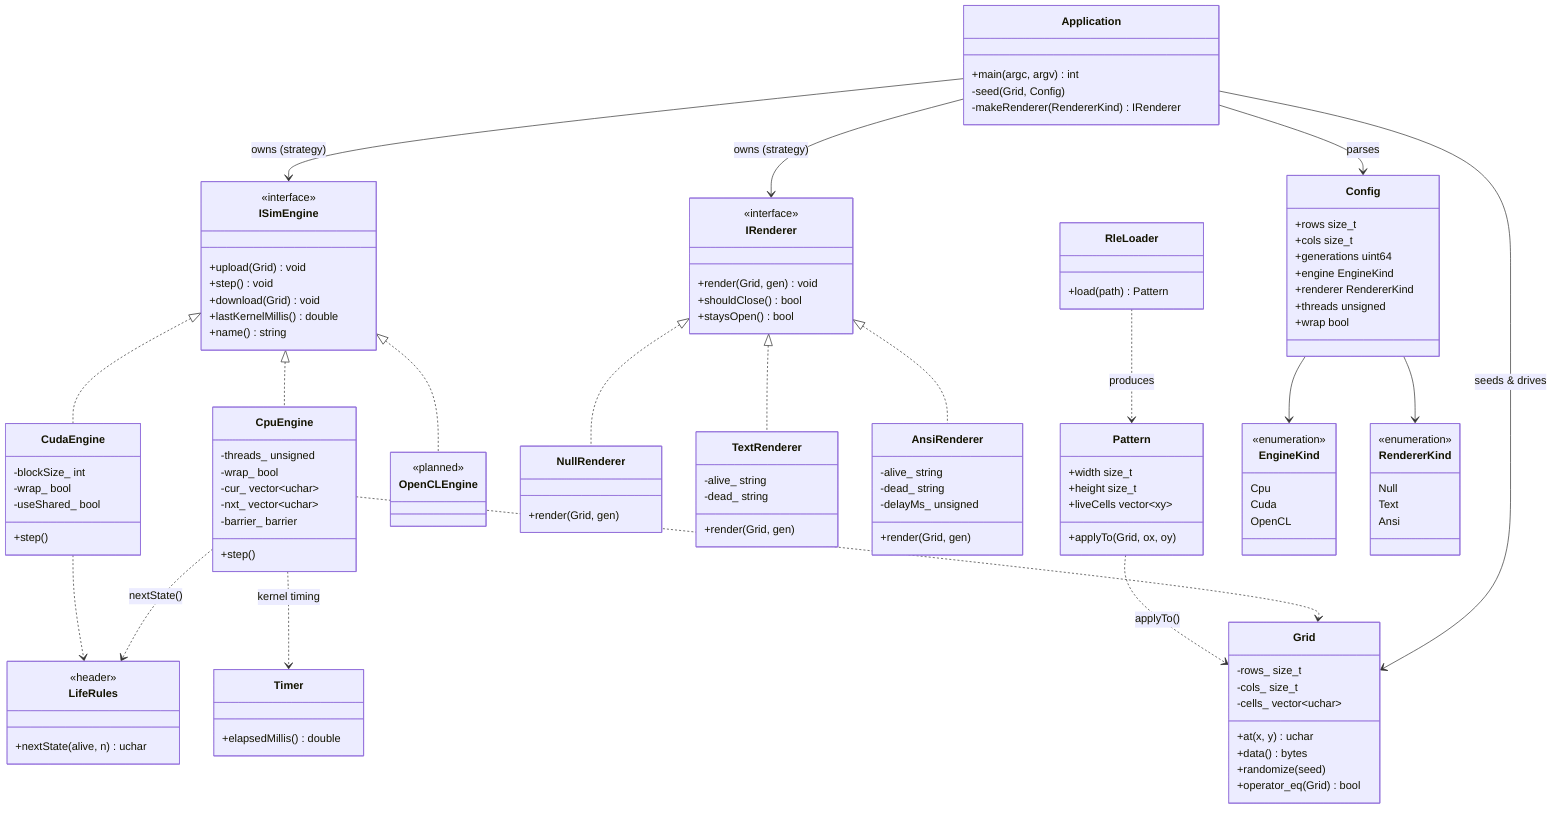
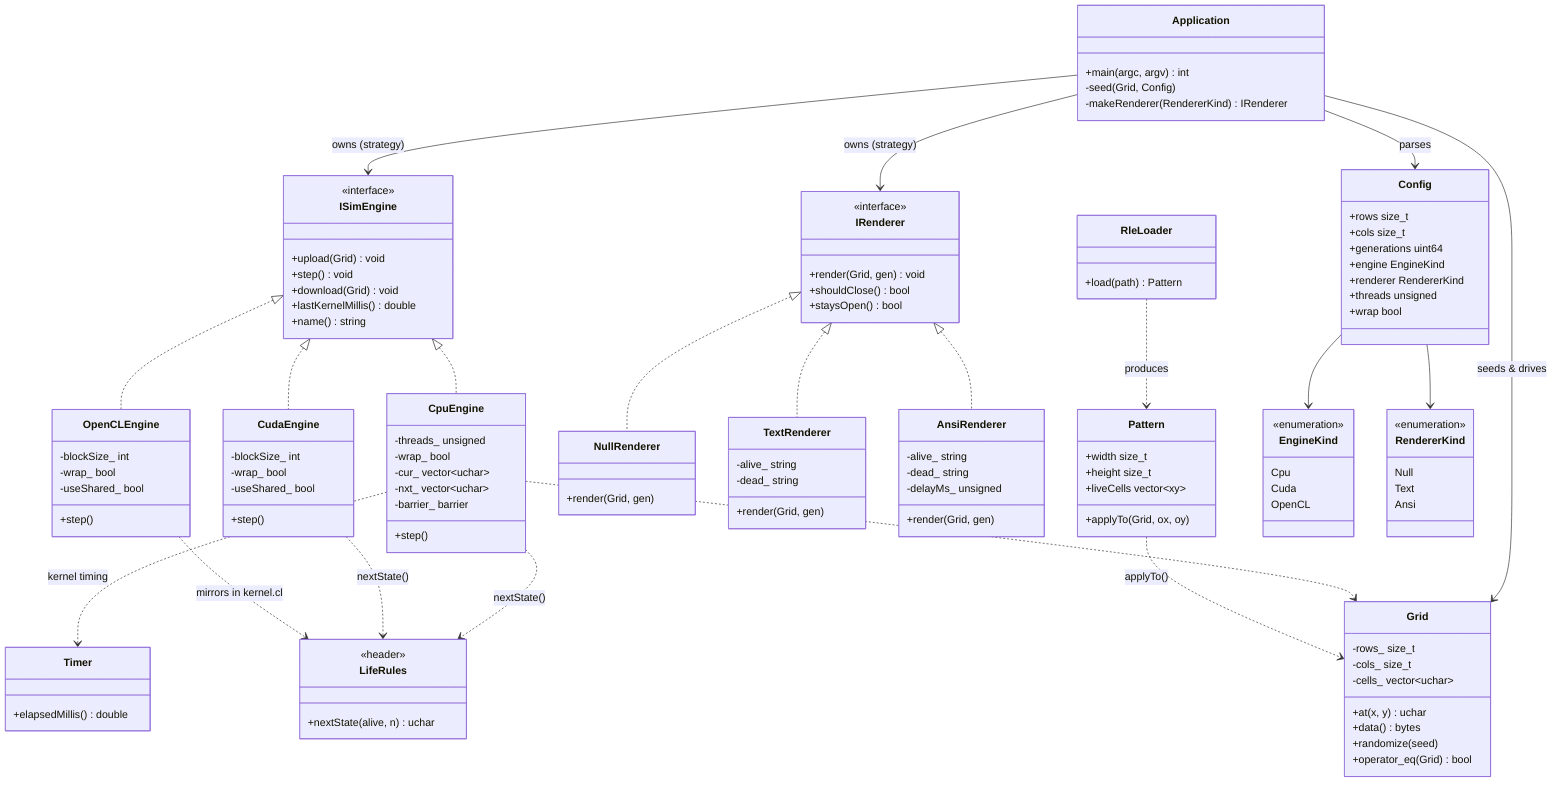
%% Game of Life (CPU / CUDA / OpenCL) -- architecture & strategy pattern.
%% Source of truth for the UML; render with mermaid-cli (mmdc).
%% NOTE: -c mermaid-config.json sets htmlLabels:false so the SVG uses native
%% <text> (not <foreignObject>); without it rsvg-convert produces a text-less PDF.
%%   mmdc -i report/diagrams/architecture.mmd -o report/img/uml_architecture.svg \
%%        -p report/diagrams/puppeteer.json -c report/diagrams/mermaid-config.json -b white -t neutral
%%   rsvg-convert -f pdf -o report/img/uml_architecture.pdf report/img/uml_architecture.svg
%%   mmdc -i report/diagrams/architecture.mmd -o report/img/uml_architecture.png \
%%        -p report/diagrams/puppeteer.json -c report/diagrams/mermaid-config.json -b white -t neutral -s 3
classDiagram
  direction TB

  class Application {
    +main(argc, argv) int
    -seed(Grid, Config)
    -makeRenderer(RendererKind) IRenderer
  }

  class ISimEngine {
    <<interface>>
    +upload(Grid) void
    +step() void
    +download(Grid) void
    +lastKernelMillis() double
    +name() string
  }
  class IRenderer {
    <<interface>>
    +render(Grid, gen) void
    +shouldClose() bool
    +staysOpen() bool
  }

  class CpuEngine {
    -threads_ unsigned
    -wrap_ bool
    -cur_ vector~uchar~
    -nxt_ vector~uchar~
    -barrier_ barrier
    +step()
  }
  class CudaEngine {
    -blockSize_ int
    -wrap_ bool
    -useShared_ bool
    +step()
  }
  class OpenCLEngine {
-     <<planned>>
+     -blockSize_ int
+     -wrap_ bool
+     -useShared_ bool
+     +step()
  }

  class NullRenderer {
    +render(Grid, gen)
  }
  class TextRenderer {
    -alive_ string
    -dead_ string
    +render(Grid, gen)
  }
  class AnsiRenderer {
    -alive_ string
    -dead_ string
    -delayMs_ unsigned
    +render(Grid, gen)
  }

  class Grid {
    -rows_ size_t
    -cols_ size_t
    -cells_ vector~uchar~
    +at(x, y) uchar
    +data() bytes
    +randomize(seed)
    +operator_eq(Grid) bool
  }
  class Config {
    +rows size_t
    +cols size_t
    +generations uint64
    +engine EngineKind
    +renderer RendererKind
    +threads unsigned
    +wrap bool
  }
  class Pattern {
    +width size_t
    +height size_t
    +liveCells vector~xy~
    +applyTo(Grid, ox, oy)
  }
  class RleLoader {
    +load(path) Pattern
  }
  class LifeRules {
    <<header>>
    +nextState(alive, n) uchar
  }
  class Timer {
    +elapsedMillis() double
  }
  class EngineKind {
    <<enumeration>>
    Cpu
    Cuda
    OpenCL
  }
  class RendererKind {
    <<enumeration>>
    Null
    Text
    Ansi
  }

  ISimEngine <|.. CpuEngine
  ISimEngine <|.. CudaEngine
  ISimEngine <|.. OpenCLEngine
  IRenderer <|.. NullRenderer
  IRenderer <|.. TextRenderer
  IRenderer <|.. AnsiRenderer

  Application --> ISimEngine : owns (strategy)
  Application --> IRenderer : owns (strategy)
  Application --> Grid : seeds & drives
  Application --> Config : parses

  CpuEngine ..> Grid
  CpuEngine ..> LifeRules : nextState()
  CpuEngine ..> Timer : kernel timing
-   CudaEngine ..> LifeRules
+   CudaEngine ..> LifeRules : nextState()
+   OpenCLEngine ..> LifeRules : mirrors in kernel.cl
  RleLoader ..> Pattern : produces
  Pattern ..> Grid : applyTo()
  Config --> EngineKind
  Config --> RendererKind
